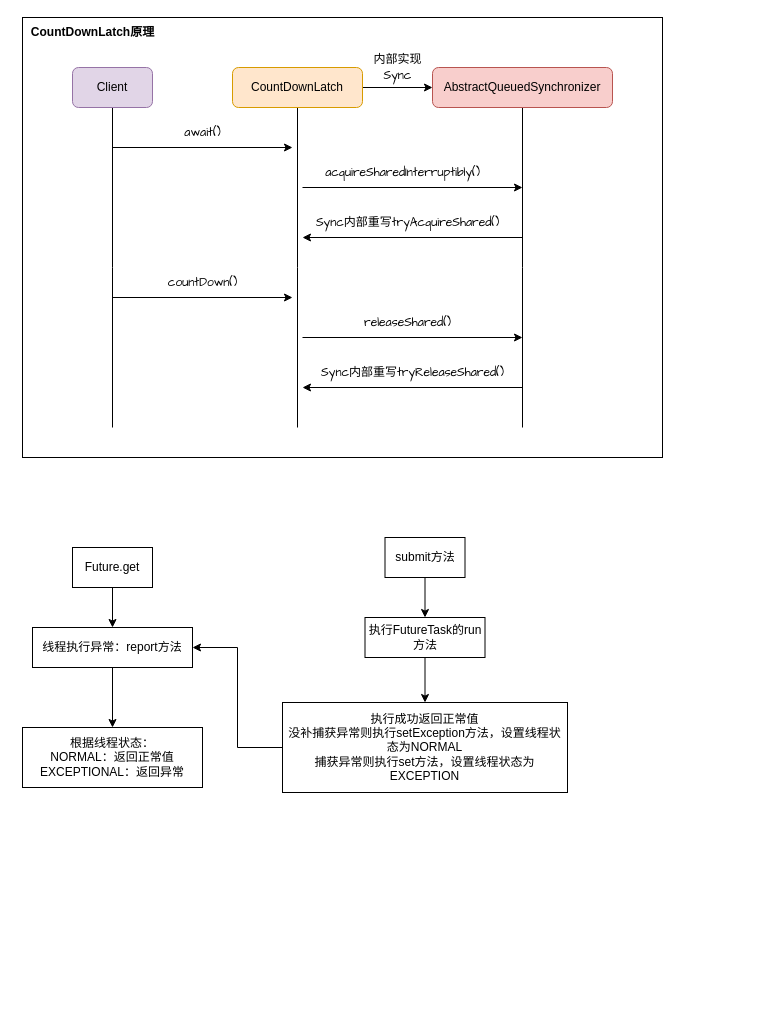
Before: java/多线程.drawio in Floweryu/my-diagrams, a draw.io diagram. Source tidied: cells renumbered, new cells numbered last; positions are measured from the earlier drawing's top-left corner, leaving out a move shared by most shapes. Both pictures are drawn from the tidied source at 100%, with x=0, y=0 at pixel (17, 17).
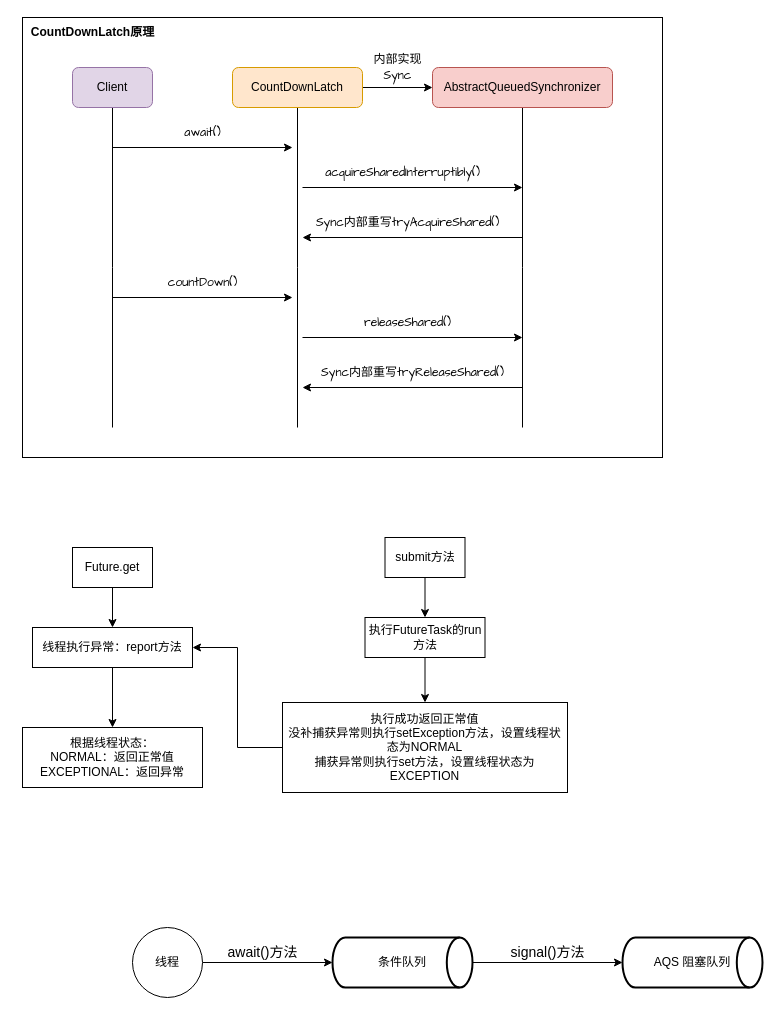
The same page after the edit.

Commit message:
更新多线程.drawio

Change to the diagram source:
```diff
@@
+    <mxCell id="35" value="AQS 阻塞队列" style="strokeWidth=2;html=1;shape=mxgraph.flowchart.direct_data;whiteSpace=wrap;" parent="1" vertex="1">
+      <mxGeometry x="605" y="920" width="140" height="50" as="geometry" />
+    </mxCell>
+    <mxCell id="36" style="edgeStyle=orthogonalEdgeStyle;rounded=0;jettySize=auto;html=1;exitX=1;exitY=0.5;exitDx=0;exitDy=0;exitPerimeter=0;" parent="1" edge="1" source="37" target="35">
+      <mxGeometry relative="1" as="geometry" />
+    </mxCell>
+    <mxCell id="37" value="条件队列" style="strokeWidth=2;html=1;shape=mxgraph.flowchart.direct_data;whiteSpace=wrap;" parent="1" vertex="1">
+      <mxGeometry x="315" y="920" width="140" height="50" as="geometry" />
+    </mxCell>
+    <mxCell id="38" style="edgeStyle=orthogonalEdgeStyle;rounded=0;jettySize=auto;html=1;" parent="1" edge="1" source="39" target="37">
+      <mxGeometry relative="1" as="geometry" />
+    </mxCell>
+    <mxCell id="39" value="线程" style="ellipse;whiteSpace=wrap;html=1;" parent="1" vertex="1">
+      <mxGeometry x="115" y="910" width="70" height="70" as="geometry" />
+    </mxCell>
+    <mxCell id="40" value="&lt;font style=&quot;font-size: 14px;&quot;&gt;await()方法&lt;/font&gt;" style="text;html=1;align=center;verticalAlign=middle;strokeColor=none;fillColor=none;" parent="1" vertex="1">
+      <mxGeometry x="200" y="920" width="90" height="30" as="geometry" />
+    </mxCell>
+    <mxCell id="41" value="&lt;font style=&quot;font-size: 14px;&quot;&gt;signal()方法&lt;/font&gt;" style="text;html=1;align=center;verticalAlign=middle;strokeColor=none;fillColor=none;" parent="1" vertex="1">
+      <mxGeometry x="480" y="920" width="100" height="30" as="geometry" />
+    </mxCell>
```
